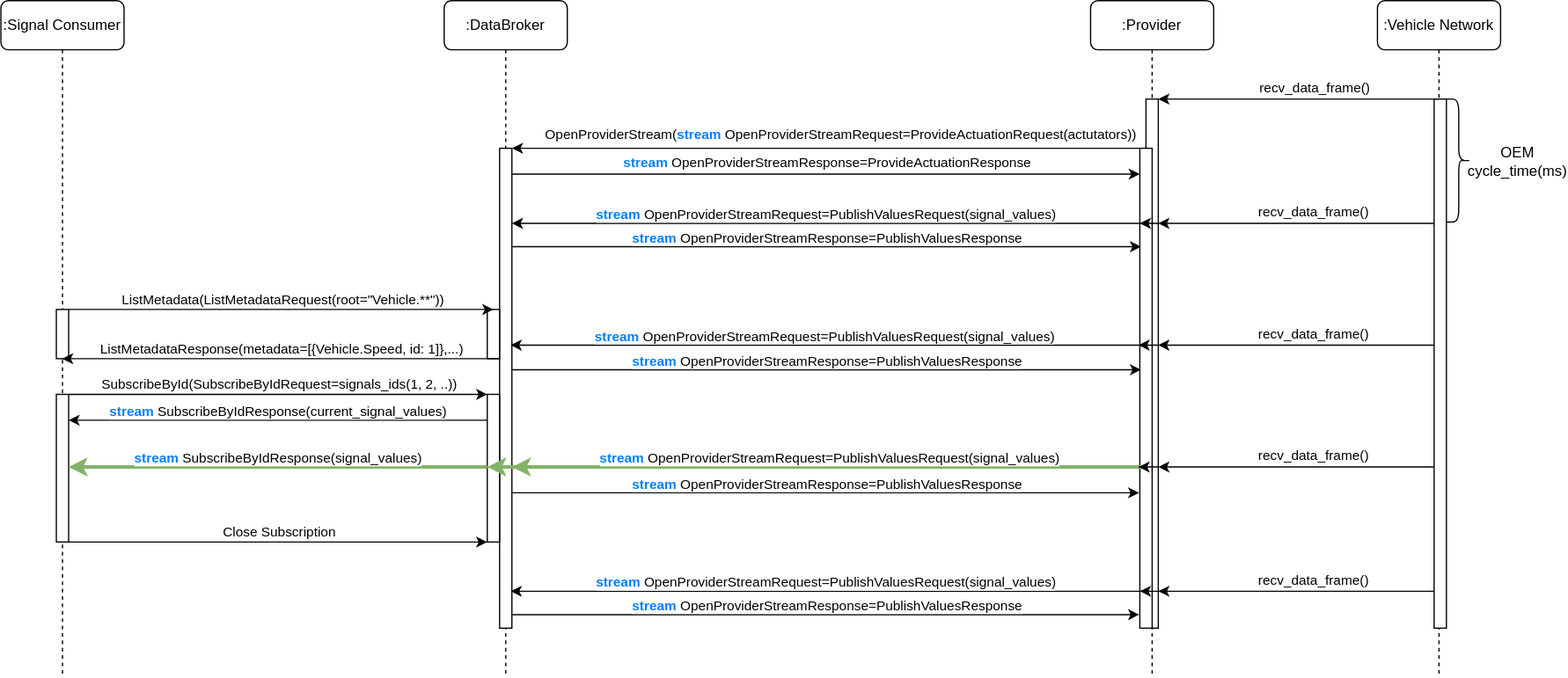
Above: doc/diagrams/consumer_subscribes.svg in eclipse-kuksa/kuksa-databroker (draw.io), before the change. Source tidied: cells renumbered, new cells last; positions are measured from the earlier drawing's top-left corner, leaving out a move shared by most shapes.
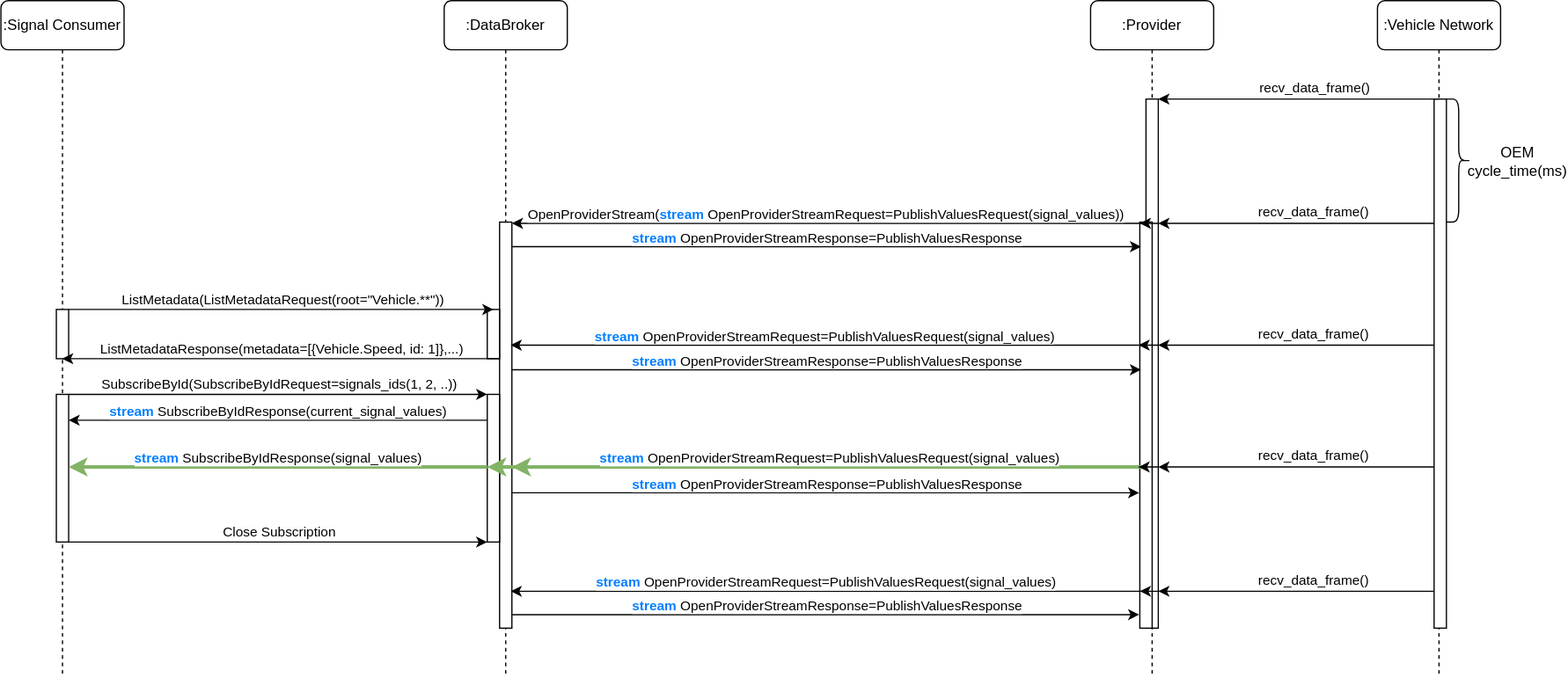
After the change.

The edit, as a diff of the source:
```diff
@@ -6,7 +6,7 @@
       <mxGeometry x="360" width="100" height="550" as="geometry" />
     </mxCell>
     <mxCell id="3" style="html=1;perimeter=orthogonalPerimeter;targetShapes=umlLifeline;newEdgeStyle={&quot;curved&quot;:0,&quot;rounded&quot;:0};" parent="2" vertex="1">
-      <mxGeometry x="45" y="120" width="10" height="390" as="geometry" />
+      <mxGeometry x="45" y="180" width="10" height="330" as="geometry" />
     </mxCell>
     <mxCell id="4" style="html=1;perimeter=orthogonalPerimeter;targetShapes=umlLifeline;newEdgeStyle={&quot;curved&quot;:0,&quot;rounded&quot;:0};" parent="2" vertex="1">
       <mxGeometry x="35" y="251" width="10" height="40" as="geometry" />
@@ -41,7 +41,7 @@
       <mxGeometry x="45" y="80" width="10" height="430" as="geometry" />
     </mxCell>
     <mxCell id="13" style="html=1;perimeter=orthogonalPerimeter;targetShapes=umlLifeline;newEdgeStyle={&quot;curved&quot;:0,&quot;rounded&quot;:0};" parent="11" vertex="1">
-      <mxGeometry x="40" y="120" width="10" height="390" as="geometry" />
+      <mxGeometry x="40" y="180" width="10" height="330" as="geometry" />
     </mxCell>
     <mxCell id="14" style="endArrow=classic;html=1;rounded=0;" parent="11" edge="1">
       <mxGeometry relative="1" as="geometry">
@@ -105,35 +105,13 @@
         <mxPoint y="-9" as="offset" />
       </mxGeometry>
     </mxCell>
-    <mxCell id="26" style="endArrow=classic;html=1;rounded=0;" parent="1" edge="1">
-      <mxGeometry relative="1" as="geometry">
-        <mxPoint x="925" y="120" as="sourcePoint" />
-        <mxPoint x="415" y="120" as="targetPoint" />
-      </mxGeometry>
-    </mxCell>
-    <mxCell id="27" value="OpenProviderStream(&lt;b&gt;&lt;font color=&quot;#007fff&quot;&gt;stream&lt;/font&gt;&lt;/b&gt;&amp;nbsp;OpenProviderStreamRequest=ProvideActuationRequest(actutators))" style="edgeLabel;html=1;align=center;verticalAlign=middle;" parent="26" vertex="1">
-      <mxGeometry relative="1" as="geometry">
-        <mxPoint x="12" y="-12" as="offset" />
-      </mxGeometry>
-    </mxCell>
-    <mxCell id="28" style="endArrow=classic;html=1;rounded=0;" parent="1" edge="1">
-      <mxGeometry relative="1" as="geometry">
-        <mxPoint x="415" y="141" as="sourcePoint" />
-        <mxPoint x="925" y="141" as="targetPoint" />
-      </mxGeometry>
-    </mxCell>
-    <mxCell id="29" value="&lt;b&gt;&lt;font color=&quot;#007fff&quot;&gt;stream&lt;/font&gt;&lt;/b&gt;&amp;nbsp;OpenProviderStreamResponse=ProvideActuationResponse" style="edgeLabel;html=1;align=center;verticalAlign=middle;" parent="28" vertex="1">
-      <mxGeometry relative="1" as="geometry">
-        <mxPoint y="-10" as="offset" />
-      </mxGeometry>
-    </mxCell>
     <mxCell id="30" style="endArrow=classic;html=1;rounded=0;" parent="1" edge="1">
       <mxGeometry relative="1" as="geometry">
         <mxPoint x="925" y="181" as="sourcePoint" />
         <mxPoint x="415" y="181" as="targetPoint" />
       </mxGeometry>
     </mxCell>
-    <mxCell id="31" value="&lt;b&gt;&lt;font color=&quot;#007fff&quot;&gt;stream&lt;/font&gt;&lt;/b&gt;&amp;nbsp;OpenProviderStreamRequest=PublishValuesRequest(signal_values)" style="edgeLabel;html=1;align=center;verticalAlign=middle;" parent="30" vertex="1">
+    <mxCell id="31" value="OpenProviderStream(&lt;b&gt;&lt;font color=&quot;#007fff&quot;&gt;stream&lt;/font&gt;&lt;/b&gt;&amp;nbsp;OpenProviderStreamRequest=PublishValuesRequest(signal_values))" style="edgeLabel;html=1;align=center;verticalAlign=middle;" parent="30" vertex="1">
       <mxGeometry relative="1" as="geometry">
         <mxPoint y="-8" as="offset" />
       </mxGeometry>
```
